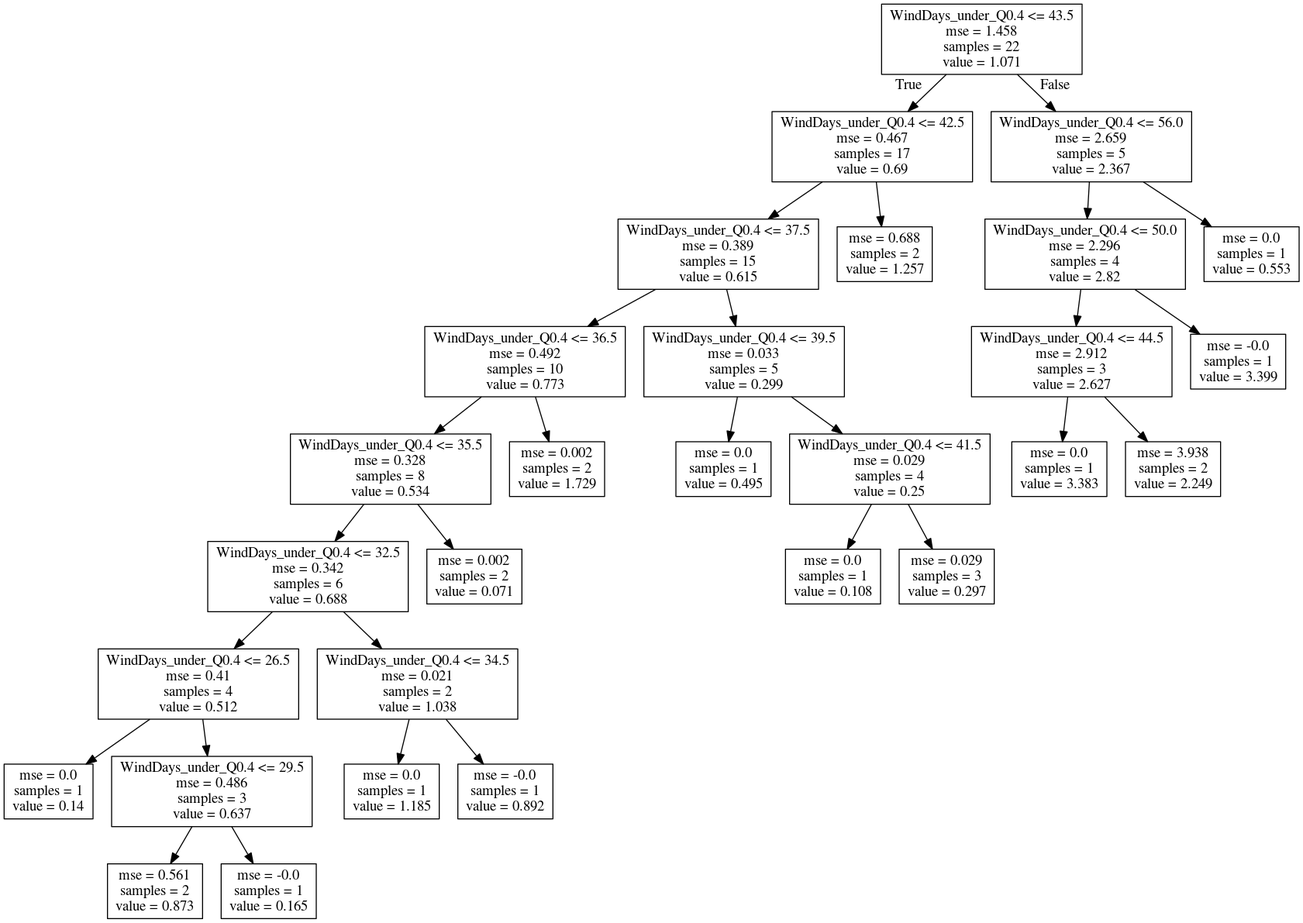
The Graphviz diagram Norway_Morsa/Model_Development/Figures/Discretization_regTrees/aut_Cyano-WindDays_under_Q0.4.png in icra/WATExR, before a commit. Its source is kept beside it as Norway_Morsa/Model_Development/Figures/Discretization_regTrees/aut_Cyano-WindDays_under_Q0.4.dot.
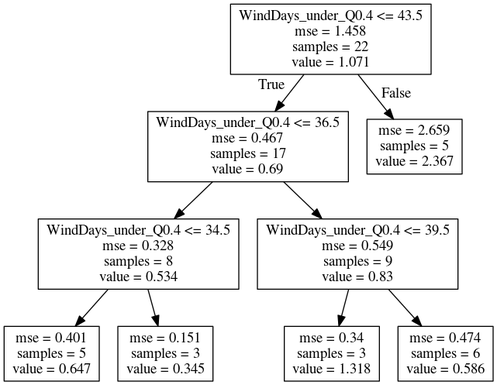
After the change.

The edit, as a diff of the source:
```diff
@@ -1,60 +1,20 @@
 digraph Tree {
 node [shape=box] ;
 0 [label="WindDays_under_Q0.4 <= 43.5\nmse = 1.458\nsamples = 22\nvalue = 1.071"] ;
-1 [label="WindDays_under_Q0.4 <= 42.5\nmse = 0.467\nsamples = 17\nvalue = 0.69"] ;
+1 [label="WindDays_under_Q0.4 <= 36.5\nmse = 0.467\nsamples = 17\nvalue = 0.69"] ;
 0 -> 1 [labeldistance=2.5, labelangle=45, headlabel="True"] ;
-2 [label="WindDays_under_Q0.4 <= 37.5\nmse = 0.389\nsamples = 15\nvalue = 0.615"] ;
-1 -> 2 ;
-3 [label="WindDays_under_Q0.4 <= 36.5\nmse = 0.492\nsamples = 10\nvalue = 0.773"] ;
-2 -> 3 ;
-4 [label="WindDays_under_Q0.4 <= 35.5\nmse = 0.328\nsamples = 8\nvalue = 0.534"] ;
-3 -> 4 ;
-5 [label="WindDays_under_Q0.4 <= 32.5\nmse = 0.342\nsamples = 6\nvalue = 0.688"] ;
+3 [label="WindDays_under_Q0.4 <= 34.5\nmse = 0.328\nsamples = 8\nvalue = 0.534"] ;
+1 -> 3 ;
+7 [label="mse = 0.401\nsamples = 5\nvalue = 0.647"] ;
+3 -> 7 ;
+8 [label="mse = 0.151\nsamples = 3\nvalue = 0.345"] ;
+3 -> 8 ;
+4 [label="WindDays_under_Q0.4 <= 39.5\nmse = 0.549\nsamples = 9\nvalue = 0.83"] ;
+1 -> 4 ;
+5 [label="mse = 0.34\nsamples = 3\nvalue = 1.318"] ;
 4 -> 5 ;
-6 [label="WindDays_under_Q0.4 <= 26.5\nmse = 0.41\nsamples = 4\nvalue = 0.512"] ;
-5 -> 6 ;
-7 [label="mse = 0.0\nsamples = 1\nvalue = 0.14"] ;
-6 -> 7 ;
-8 [label="WindDays_under_Q0.4 <= 29.5\nmse = 0.486\nsamples = 3\nvalue = 0.637"] ;
-6 -> 8 ;
-9 [label="mse = 0.561\nsamples = 2\nvalue = 0.873"] ;
-8 -> 9 ;
-10 [label="mse = -0.0\nsamples = 1\nvalue = 0.165"] ;
-8 -> 10 ;
-11 [label="WindDays_under_Q0.4 <= 34.5\nmse = 0.021\nsamples = 2\nvalue = 1.038"] ;
-5 -> 11 ;
-12 [label="mse = 0.0\nsamples = 1\nvalue = 1.185"] ;
-11 -> 12 ;
-13 [label="mse = -0.0\nsamples = 1\nvalue = 0.892"] ;
-11 -> 13 ;
-14 [label="mse = 0.002\nsamples = 2\nvalue = 0.071"] ;
-4 -> 14 ;
-15 [label="mse = 0.002\nsamples = 2\nvalue = 1.729"] ;
-3 -> 15 ;
-16 [label="WindDays_under_Q0.4 <= 39.5\nmse = 0.033\nsamples = 5\nvalue = 0.299"] ;
-2 -> 16 ;
-17 [label="mse = 0.0\nsamples = 1\nvalue = 0.495"] ;
-16 -> 17 ;
-18 [label="WindDays_under_Q0.4 <= 41.5\nmse = 0.029\nsamples = 4\nvalue = 0.25"] ;
-16 -> 18 ;
-19 [label="mse = 0.0\nsamples = 1\nvalue = 0.108"] ;
-18 -> 19 ;
-20 [label="mse = 0.029\nsamples = 3\nvalue = 0.297"] ;
-18 -> 20 ;
-21 [label="mse = 0.688\nsamples = 2\nvalue = 1.257"] ;
-1 -> 21 ;
-22 [label="WindDays_under_Q0.4 <= 56.0\nmse = 2.659\nsamples = 5\nvalue = 2.367"] ;
-0 -> 22 [labeldistance=2.5, labelangle=-45, headlabel="False"] ;
-23 [label="WindDays_under_Q0.4 <= 50.0\nmse = 2.296\nsamples = 4\nvalue = 2.82"] ;
-22 -> 23 ;
-24 [label="WindDays_under_Q0.4 <= 44.5\nmse = 2.912\nsamples = 3\nvalue = 2.627"] ;
-23 -> 24 ;
-25 [label="mse = 0.0\nsamples = 1\nvalue = 3.383"] ;
-24 -> 25 ;
-26 [label="mse = 3.938\nsamples = 2\nvalue = 2.249"] ;
-24 -> 26 ;
-27 [label="mse = -0.0\nsamples = 1\nvalue = 3.399"] ;
-23 -> 27 ;
-28 [label="mse = 0.0\nsamples = 1\nvalue = 0.553"] ;
-22 -> 28 ;
+6 [label="mse = 0.474\nsamples = 6\nvalue = 0.586"] ;
+4 -> 6 ;
+2 [label="mse = 2.659\nsamples = 5\nvalue = 2.367"] ;
+0 -> 2 [labeldistance=2.5, labelangle=-45, headlabel="False"] ;
 }
```
